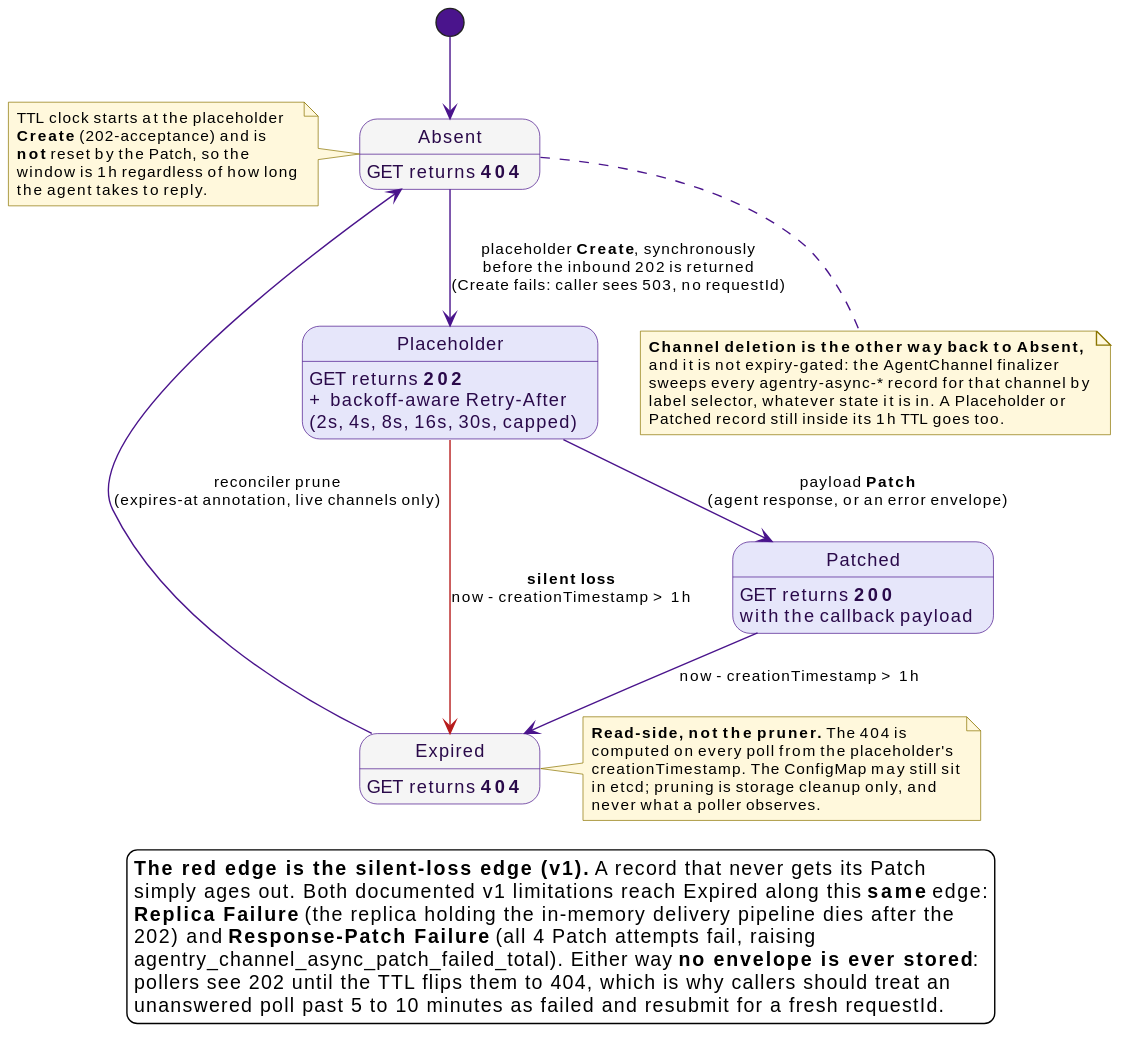
This is docs/src/diagrams/async-poll-record-lifecycle.svg from win07xp/kaalm, a PlantUML export, as it was before one commit. Source of this version:
```plantuml
@startuml
!include _style.puml
skinparam wrapWidth 400

state "Absent" as Absent $mutedBg
state "Placeholder" as Placeholder
state "Patched" as Patched
state "Expired" as Expired $mutedBg

Absent : GET returns **404**
Placeholder : GET returns **202**\n+ backoff-aware Retry-After\n(2s, 4s, 8s, 16s, 30s, capped)
Patched : GET returns **200**\nwith the callback payload
Expired : GET returns **404**

[*] --> Absent

Absent --> Placeholder : placeholder **Create**, synchronously\nbefore the inbound 202 is returned\n(Create fails: caller sees 503, no requestId)

Placeholder --> Patched : payload **Patch**\n(agent response, or an error envelope)

Placeholder -[#B71C1C]-> Expired : **silent loss**\nnow - creationTimestamp > 1h
Patched --> Expired : now - creationTimestamp > 1h

Expired -up-> Absent : reconciler prune\n(expires-at annotation, live channels only)

note bottom of Absent
  **Channel deletion is the other way back to Absent,**
  and it is not expiry-gated: the AgentChannel finalizer
  sweeps every agentry-async-* record for that channel by
  label selector, whatever state it is in. A Placeholder or
  Patched record still inside its 1h TTL goes too.
end note

note right of Expired
  **Read-side, not the pruner.** The 404 is
  computed on every poll from the placeholder's
  creationTimestamp. The ConfigMap may still sit
  in etcd; pruning is storage cleanup only, and
  never what a poller observes.
end note

note left of Absent
  TTL clock starts at the placeholder
  **Create** (202-acceptance) and is
  **not** reset by the Patch, so the
  window is 1h regardless of how long
  the agent takes to reply.
end note

legend bottom
  **The red edge is the silent-loss edge (v1).** A record that never gets its Patch
  simply ages out. Both documented v1 limitations reach Expired along this **same** edge:
  **Replica Failure** (the replica holding the in-memory delivery pipeline dies after the
  202) and **Response-Patch Failure** (all 4 Patch attempts fail, raising
  agentry_channel_async_patch_failed_total). Either way **no envelope is ever stored**:
  pollers see 202 until the TTL flips them to 404, which is why callers should treat an
  unanswered poll past 5 to 10 minutes as failed and resubmit for a fresh requestId.
endlegend
@enduml
```
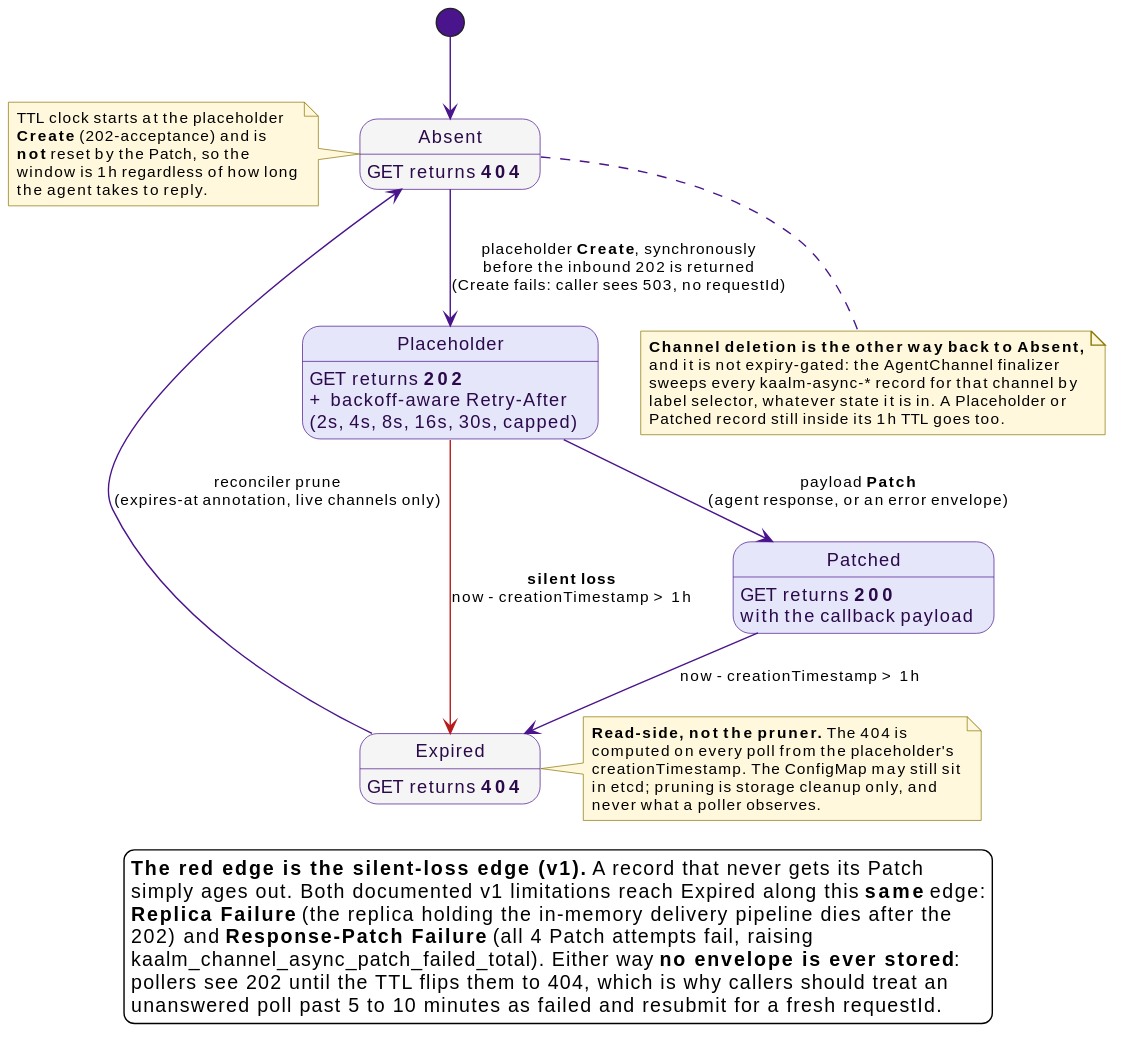
After the commit.

Change to the diagram source:
```diff
@@ -26,7 +26,7 @@
 note bottom of Absent
   **Channel deletion is the other way back to Absent,**
   and it is not expiry-gated: the AgentChannel finalizer
-  sweeps every agentry-async-* record for that channel by
+  sweeps every kaalm-async-* record for that channel by
   label selector, whatever state it is in. A Placeholder or
   Patched record still inside its 1h TTL goes too.
 end note
@@ -52,7 +52,7 @@
   simply ages out. Both documented v1 limitations reach Expired along this **same** edge:
   **Replica Failure** (the replica holding the in-memory delivery pipeline dies after the
   202) and **Response-Patch Failure** (all 4 Patch attempts fail, raising
-  agentry_channel_async_patch_failed_total). Either way **no envelope is ever stored**:
+  kaalm_channel_async_patch_failed_total). Either way **no envelope is ever stored**:
   pollers see 202 until the TTL flips them to 404, which is why callers should treat an
   unanswered poll past 5 to 10 minutes as failed and resubmit for a fresh requestId.
 endlegend
```
